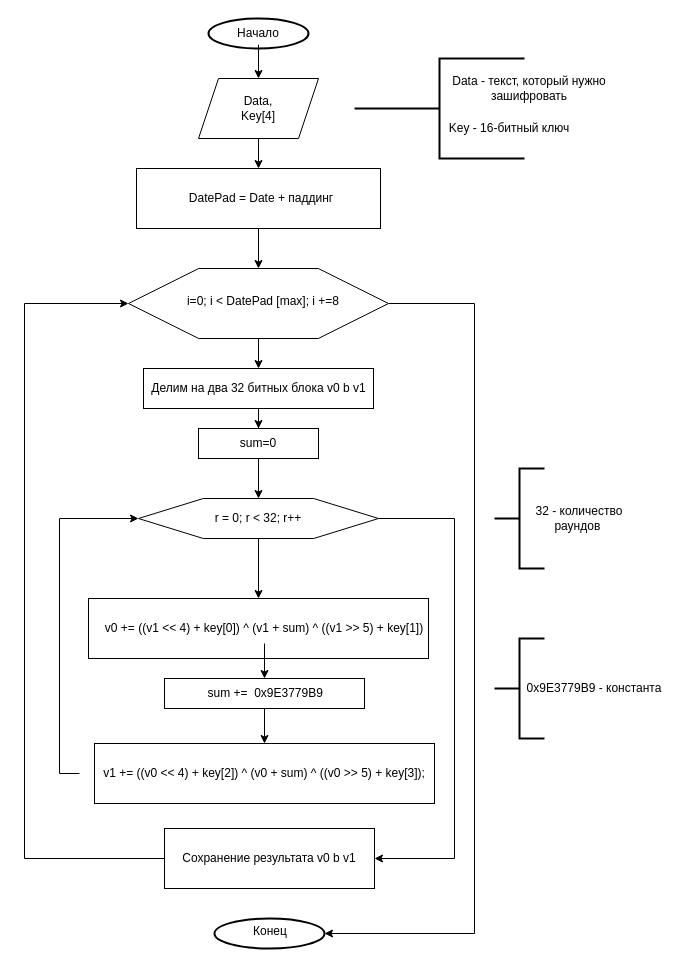
Earlier version of the draw.io diagram Блок_схема_шифрования TEA.drawio (EvAnGEL0/databases). Source tidied: cells renumbered, new cells numbered last; positions are measured from the earlier drawing's top-left corner, leaving out a move shared by most shapes. Both pictures are drawn from the tidied source at 100%, with x=0, y=0 at pixel (24, 18).
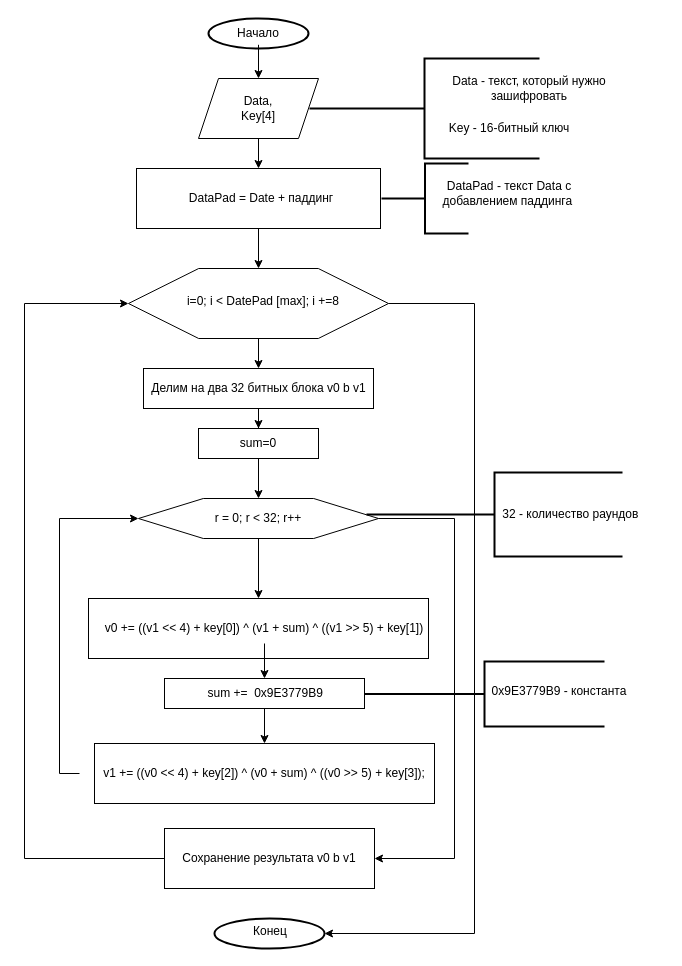
The same diagram, later.

The change refers to these unchanged cells:
```xml
<mxCell id="19" style="group;" parent="1" vertex="1">
  <mxGeometry x="112" y="150" width="244" height="60" as="geometry" />
</mxCell>
```

Change to the diagram source:
```diff
@@
     <mxCell id="11" style="strokeWidth=2;html=1;shape=mxgraph.flowchart.annotation_2;align=left;labelPosition=right;" parent="1" vertex="1">
-      <mxGeometry x="330" y="40" width="170" height="100" as="geometry" />
+      <mxGeometry x="285" y="40" width="230" height="100" as="geometry" />
     </mxCell>
@@
-    <mxCell id="21" value="DatePad = Date + паддинг" style="text;html=1;whiteSpace=wrap;strokeColor=none;fillColor=none;align=center;verticalAlign=middle;rounded=0;" parent="19" vertex="1">
+    <mxCell id="21" value="DataPad = Date + паддинг" style="text;html=1;whiteSpace=wrap;strokeColor=none;fillColor=none;align=center;verticalAlign=middle;rounded=0;" parent="19" vertex="1">
       <mxGeometry x="10" y="15" width="230" height="30" as="geometry" />
     </mxCell>
@@
     <mxCell id="39" style="group;" parent="1" vertex="1">
-      <mxGeometry x="470" y="450" width="130" height="100" as="geometry" />
+      <mxGeometry x="360" y="450" width="240" height="100" as="geometry" />
     </mxCell>
     <mxCell id="40" style="strokeWidth=2;html=1;shape=mxgraph.flowchart.annotation_2;align=left;labelPosition=right;" parent="39" vertex="1">
-      <mxGeometry width="50" height="100" as="geometry" />
+      <mxGeometry x="-18" y="4" width="256" height="84" as="geometry" />
     </mxCell>
     <mxCell id="41" value="32 - количество раундов&amp;nbsp;" style="text;html=1;whiteSpace=wrap;strokeColor=none;fillColor=none;align=center;verticalAlign=middle;rounded=0;" parent="39" vertex="1">
-      <mxGeometry x="40" y="27.5" width="90" height="45" as="geometry" />
+      <mxGeometry x="105" y="23" width="166.2" height="45" as="geometry" />
     </mxCell>
@@
     <mxCell id="49" style="strokeWidth=2;html=1;shape=mxgraph.flowchart.annotation_2;align=left;labelPosition=right;" parent="1" vertex="1">
-      <mxGeometry x="470" y="620" width="50" height="100" as="geometry" />
+      <mxGeometry x="340" y="643" width="240" height="65" as="geometry" />
     </mxCell>
     <mxCell id="50" value="0x9E3779B9 - константа" style="text;html=1;whiteSpace=wrap;strokeColor=none;fillColor=none;align=center;verticalAlign=middle;rounded=0;" parent="1" vertex="1">
-      <mxGeometry x="500" y="655" width="140" height="30" as="geometry" />
+      <mxGeometry x="465" y="658" width="140" height="30" as="geometry" />
     </mxCell>
@@
+    <mxCell id="58" style="strokeWidth=2;html=1;shape=mxgraph.flowchart.annotation_2;align=left;labelPosition=right;" parent="1" vertex="1">
+      <mxGeometry x="357" y="145" width="87" height="70" as="geometry" />
+    </mxCell>
+    <mxCell id="59" value="DataPad - текст Data с добавлением паддинга&amp;nbsp;" style="text;html=1;whiteSpace=wrap;strokeColor=none;fillColor=none;align=center;verticalAlign=middle;rounded=0;" parent="1" vertex="1">
+      <mxGeometry x="400" y="145" width="170" height="60" as="geometry" />
+    </mxCell>
```
